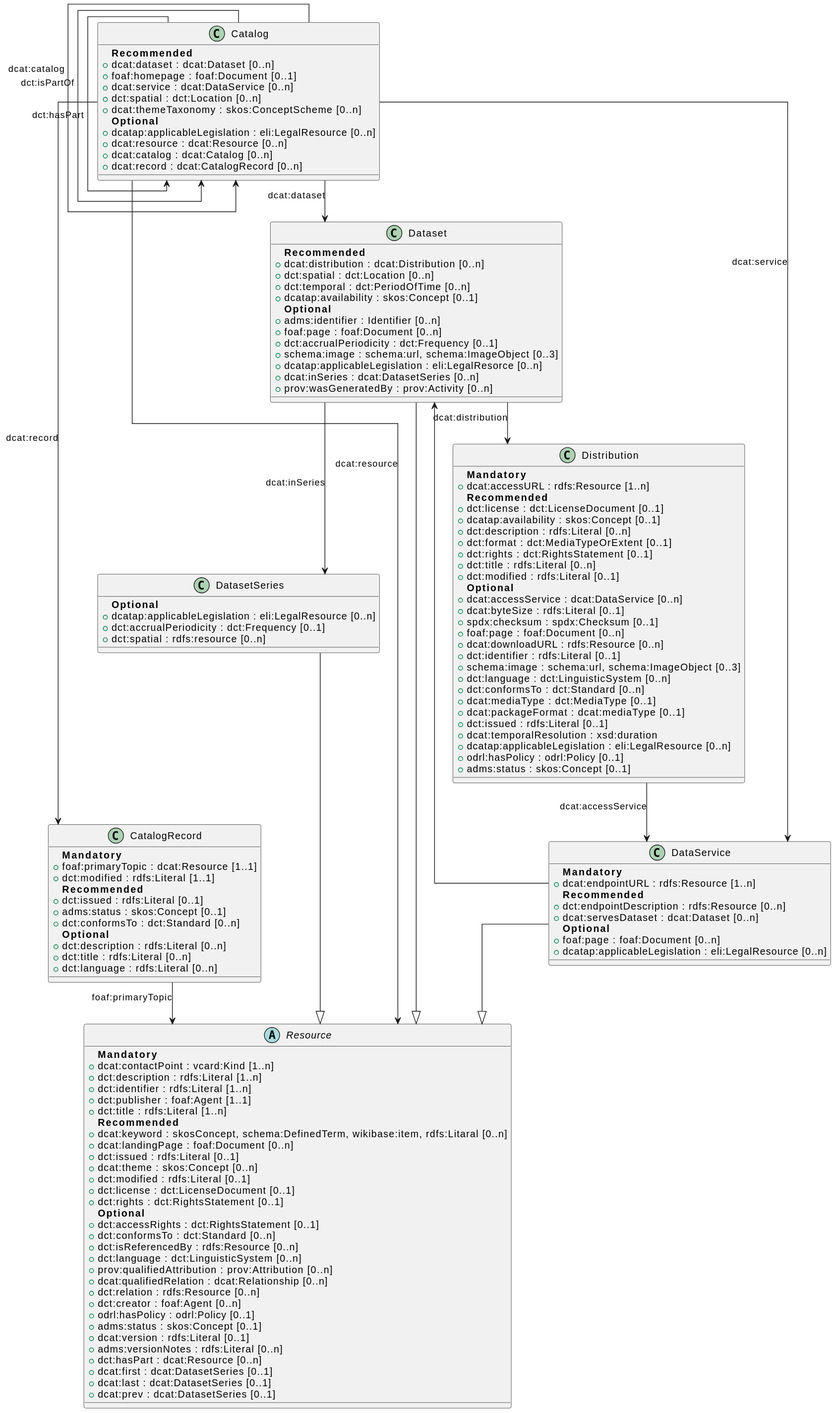
The PlantUML diagram docs/releases/3.0_workingdraft/images/uml_3.0.svg in opendata-swiss/dcat_ap_ch, before a commit.
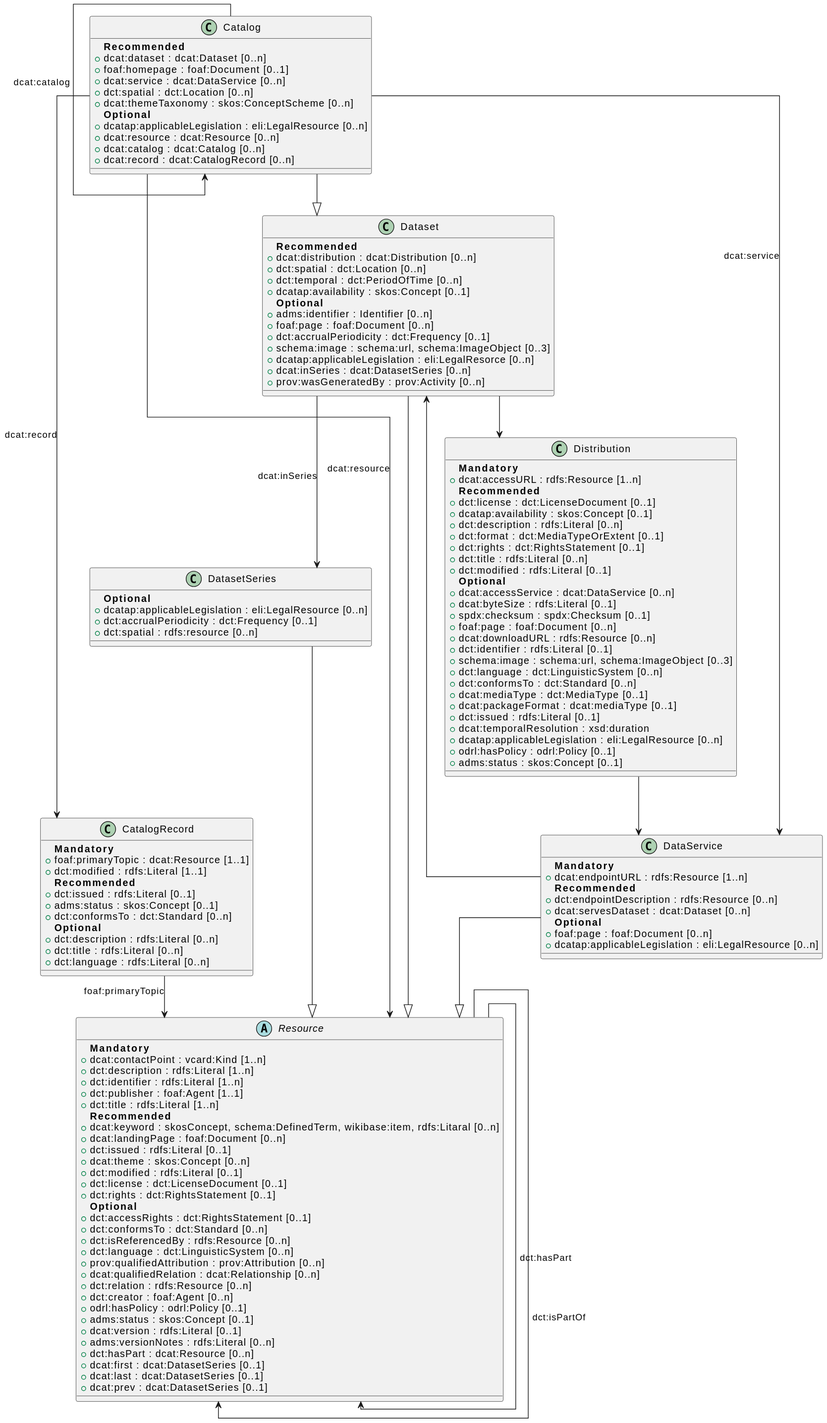
The same diagram one commit later.

Commit message:
correct figure 1

Change to the diagram source:
```diff
@@ -124,13 +124,13 @@
 
 CatalogRecord-->Resource :foaf:primaryTopic
 Catalog-->Resource :dcat:resource
-Catalog-->Catalog :dct:hasPart
-Catalog-->Catalog :dct:isPartOf
+Resource-->Resource :dct:hasPart
+Resource-->Resource :dct:isPartOf
 Catalog-->Catalog :dcat:catalog
 Dataset-->DatasetSeries :dcat:inSeries
-Catalog-->Dataset :dcat:dataset
-Dataset-->Distribution :dcat:distribution
-Distribution-->DataService :dcat:accessService
+Catalog--|>Dataset
+Dataset-->Distribution
+Distribution-->DataService
 DataService-->Dataset
 Catalog-->DataService :dcat:service
 Catalog-->CatalogRecord :dcat:record
```
